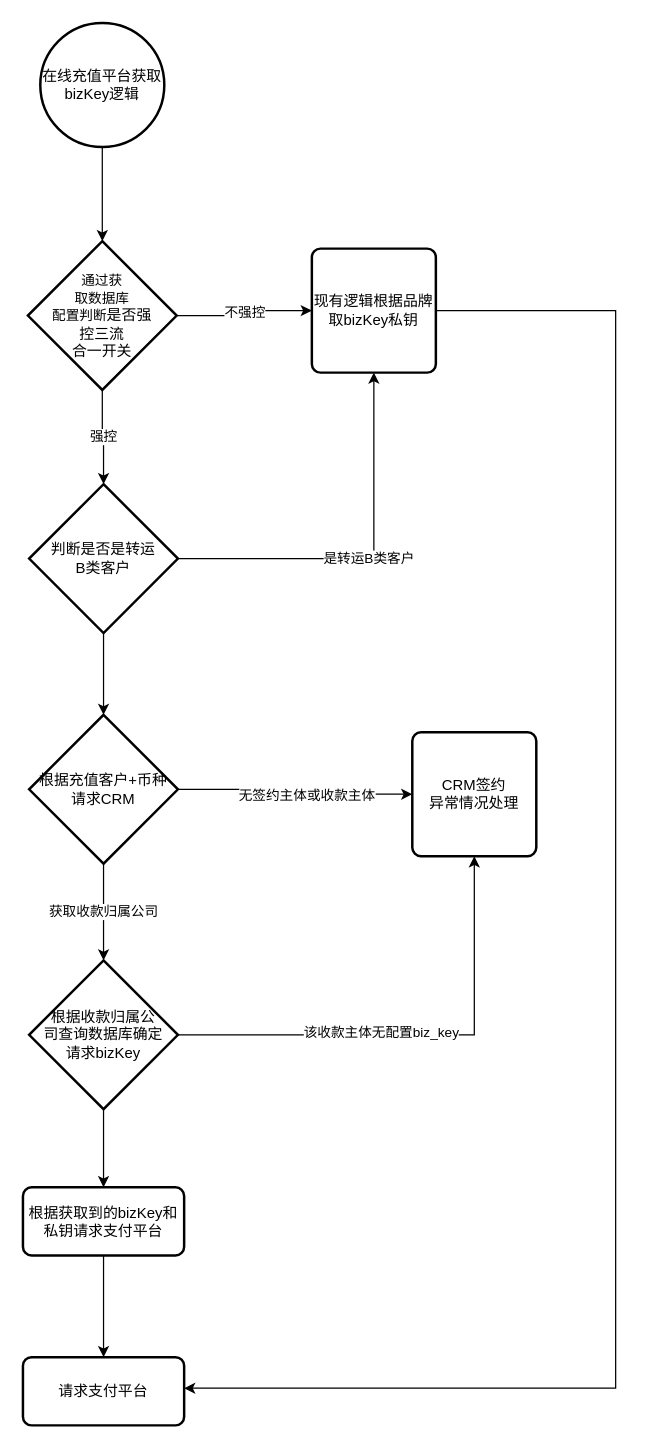
This is Untitled Diagram.drawio from juanjuan-dev/diagrams, a draw.io file, before an edit. Source tidied: cells renumbered, new cells numbered last; positions are measured from the earlier drawing's top-left corner, leaving out a move shared by most shapes. Both pictures are drawn from the tidied source at 124%, with x=0, y=0 at pixel (22, 22).
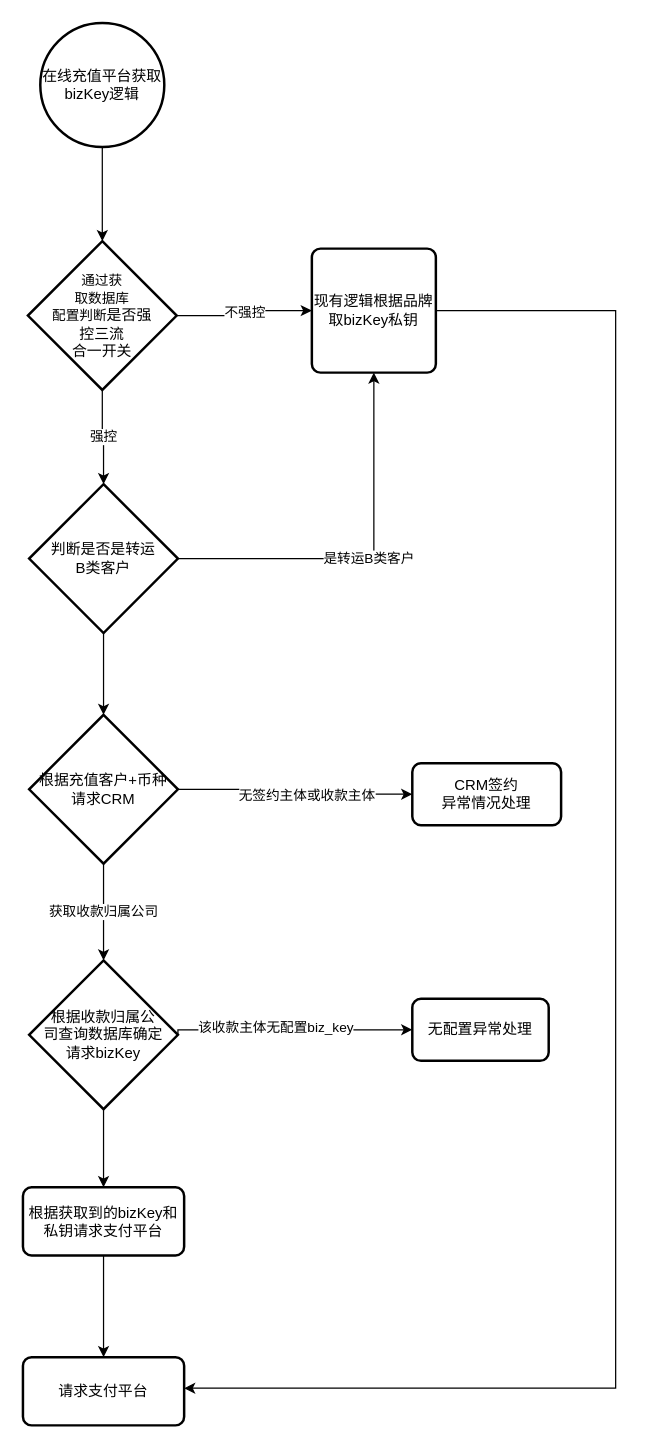
The same page after the edit.

Unchanged cells that the change refers to:
```xml
<mxCell id="19" value="根据收款归属公&lt;br&gt;司查询数据库确定&lt;br&gt;请求bizKey" style="strokeWidth=2;html=1;shape=mxgraph.flowchart.decision;whiteSpace=wrap;" parent="1" vertex="1">
  <mxGeometry x="5" y="756" width="120" height="120" as="geometry" />
</mxCell>
```

Diff of the diagram source:
```diff
@@
     <mxCell id="15" value="CRM签约&lt;br&gt;异常情况处理" style="rounded=1;whiteSpace=wrap;html=1;absoluteArcSize=1;arcSize=14;strokeWidth=2;" parent="1" vertex="1">
-      <mxGeometry x="314" y="572" width="100" height="100" as="geometry" />
+      <mxGeometry x="314" y="597" width="120" height="50" as="geometry" />
     </mxCell>
-    <mxCell id="16" style="edgeStyle=orthogonalEdgeStyle;rounded=0;jettySize=auto;html=1;exitX=1;exitY=0.5;exitDx=0;exitDy=0;exitPerimeter=0;" parent="1" edge="1" source="19" target="15">
-      <mxGeometry relative="1" as="geometry" />
+    <mxCell id="16" style="edgeStyle=orthogonalEdgeStyle;rounded=0;jettySize=auto;html=1;exitX=1;exitY=0.5;exitDx=0;exitDy=0;exitPerimeter=0;" parent="1" edge="1" source="19">
+      <mxGeometry relative="1" as="geometry">
+        <mxPoint x="314" y="812" as="targetPoint" />
+        <Array as="points">
+          <mxPoint x="224" y="812" />
+          <mxPoint x="224" y="812" />
+        </Array>
+      </mxGeometry>
     </mxCell>
@@
+    <mxCell id="24" value="无配置异常处理" style="rounded=1;whiteSpace=wrap;html=1;absoluteArcSize=1;arcSize=14;strokeWidth=2;" parent="1" vertex="1">
+      <mxGeometry x="314" y="787" width="110" height="50" as="geometry" />
+    </mxCell>
```
